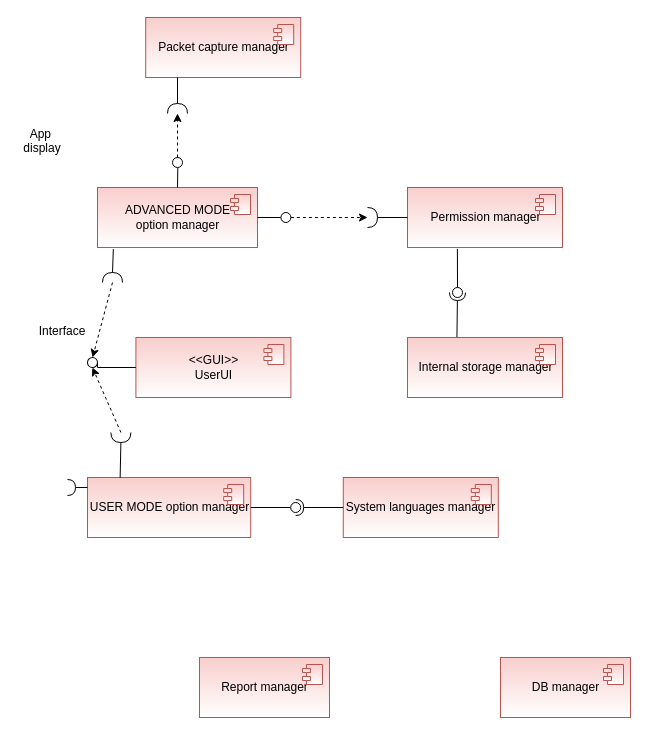
Earlier version of the draw.io diagram SAD/Diagrams/component_diagram.drawio (devmf027/CyberWall). Source tidied: cells renumbered, new cells numbered last; positions are measured from the earlier drawing's top-left corner, leaving out a move shared by most shapes. Both pictures are drawn from the tidied source at 100%, with x=0, y=0 at pixel (17, 17).
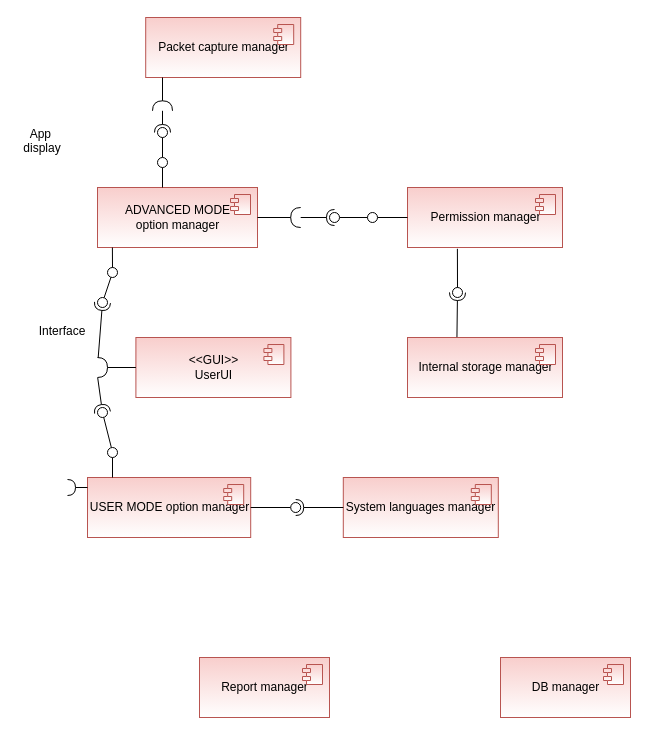
The same page after the edit.

The change refers to these unchanged cells:
```xml
<mxCell id="6" value="&lt;span&gt;USER MODE option manager&lt;/span&gt;" style="html=1;fillColor=#f8cecc;strokeColor=#b85450;gradientColor=#ffffff;" parent="1" vertex="1">
  <mxGeometry x="70" y="460" width="163.2" height="60" as="geometry" />
</mxCell>
<mxCell id="11" value="&lt;span&gt;ADVANCED MODE &lt;br&gt;option manager&lt;/span&gt;" style="html=1;fillColor=#f8cecc;strokeColor=#b85450;gradientColor=#ffffff;" parent="1" vertex="1">
  <mxGeometry x="80" y="170" width="160" height="60" as="geometry" />
</mxCell>
<mxCell id="13" value="&amp;lt;&amp;lt;GUI&amp;gt;&amp;gt;&lt;br&gt;UserUI" style="html=1;fillColor=#f8cecc;strokeColor=#b85450;gradientColor=#ffffff;" parent="1" vertex="1">
  <mxGeometry x="118.4" y="320" width="155" height="60" as="geometry" />
</mxCell>
<mxCell id="15" value="Permission manager" style="html=1;fillColor=#f8cecc;strokeColor=#b85450;gradientColor=#ffffff;" parent="1" vertex="1">
  <mxGeometry x="390" y="170" width="155" height="60" as="geometry" />
</mxCell>
```

Diff of the diagram source:
```diff
@@
-    <mxCell id="10" style="edgeStyle=orthogonalEdgeStyle;rounded=0;jettySize=auto;html=1;dashed=1;" parent="1" edge="1" source="38" target="36">
-      <mxGeometry relative="1" as="geometry" />
-    </mxCell>
@@
-    <mxCell id="26" style="edgeStyle=orthogonalEdgeStyle;rounded=0;jettySize=auto;html=1;endArrow=none;endFill=0;entryX=0;entryY=0.5;entryDx=0;entryDy=0;exitX=0;exitY=0.5;exitDx=0;exitDy=0;" parent="1" edge="1" source="13" target="27">
-      <mxGeometry relative="1" as="geometry" />
-    </mxCell>
-    <mxCell id="27" style="ellipse;whiteSpace=wrap;html=1;rotation=-179;direction=east;" parent="1" vertex="1">
-      <mxGeometry x="70" y="340" width="10" height="10" as="geometry" />
-    </mxCell>
@@
-    <mxCell id="29" style="endArrow=none;html=1;rounded=0;entryX=1;entryY=0.5;entryDx=0;entryDy=0;entryPerimeter=0;exitX=0.099;exitY=1.028;exitDx=0;exitDy=0;exitPerimeter=0;" parent="1" edge="1" source="11" target="30">
-      <mxGeometry relative="1" as="geometry" />
-    </mxCell>
-    <mxCell id="30" style="shape=requiredInterface;html=1;verticalLabelPosition=bottom;sketch=0;rotation=-270;direction=west;" parent="1" vertex="1">
-      <mxGeometry x="90" y="250" width="10" height="20" as="geometry" />
-    </mxCell>
-    <mxCell id="31" style="endArrow=classic;dashed=1;html=1;rounded=0;exitX=0;exitY=0.5;exitDx=0;exitDy=0;exitPerimeter=0;entryX=0.5;entryY=1;entryDx=0;entryDy=0;endFill=1;" parent="1" edge="1" source="30" target="27">
-      <mxGeometry relative="1" as="geometry" />
-    </mxCell>
-    <mxCell id="32" style="endArrow=none;html=1;rounded=0;entryX=1;entryY=0.5;entryDx=0;entryDy=0;entryPerimeter=0;exitX=0.2;exitY=0.004;exitDx=0;exitDy=0;exitPerimeter=0;" parent="1" edge="1" source="6" target="33">
-      <mxGeometry relative="1" as="geometry" />
-    </mxCell>
-    <mxCell id="33" style="shape=requiredInterface;html=1;verticalLabelPosition=bottom;sketch=0;rotation=-270;direction=east;" parent="1" vertex="1">
-      <mxGeometry x="98.4" y="410" width="10" height="20" as="geometry" />
-    </mxCell>
-    <mxCell id="34" style="endArrow=classic;html=1;rounded=0;exitX=0;exitY=0.5;exitDx=0;exitDy=0;exitPerimeter=0;entryX=0.5;entryY=0;entryDx=0;entryDy=0;dashed=1;" parent="1" edge="1" source="33" target="27">
-      <mxGeometry relative="1" as="geometry" />
-    </mxCell>
-    <mxCell id="35" style="endArrow=none;html=1;rounded=0;entryX=1;entryY=0.5;entryDx=0;entryDy=0;entryPerimeter=0;exitX=0;exitY=0.5;exitDx=0;exitDy=0;" parent="1" edge="1" source="15" target="36">
-      <mxGeometry relative="1" as="geometry" />
-    </mxCell>
-    <mxCell id="36" style="shape=requiredInterface;html=1;verticalLabelPosition=bottom;sketch=0;rotation=-180;direction=west;" parent="1" vertex="1">
-      <mxGeometry x="350" y="190" width="10" height="20" as="geometry" />
-    </mxCell>
-    <mxCell id="37" style="rounded=0;jettySize=auto;html=1;endArrow=none;endFill=0;sketch=0;sourcePerimeterSpacing=0;targetPerimeterSpacing=0;exitX=1;exitY=0.5;exitDx=0;exitDy=0;" parent="1" edge="1" source="11" target="38">
-      <mxGeometry relative="1" as="geometry" />
-    </mxCell>
-    <mxCell id="38" style="ellipse;whiteSpace=wrap;html=1;align=center;points=[];outlineConnect=0;sketch=0;" parent="1" vertex="1">
-      <mxGeometry x="263.4" y="195" width="10" height="10" as="geometry" />
-    </mxCell>
@@
-    <mxCell id="42" style="endArrow=none;html=1;rounded=0;entryX=1;entryY=0.5;entryDx=0;entryDy=0;entryPerimeter=0;" parent="1" edge="1" target="43">
-      <mxGeometry relative="1" as="geometry">
-        <mxPoint x="160" y="60" as="sourcePoint" />
-      </mxGeometry>
-    </mxCell>
-    <mxCell id="43" style="shape=requiredInterface;html=1;verticalLabelPosition=bottom;sketch=0;rotation=90;direction=west;" parent="1" vertex="1">
-      <mxGeometry x="155" y="81" width="10" height="20" as="geometry" />
-    </mxCell>
-    <mxCell id="44" style="rounded=0;jettySize=auto;html=1;endArrow=none;endFill=0;sketch=0;sourcePerimeterSpacing=0;targetPerimeterSpacing=0;exitX=0.5;exitY=0;exitDx=0;exitDy=0;" parent="1" edge="1" source="11">
-      <mxGeometry relative="1" as="geometry">
-        <mxPoint x="160.3" y="150" as="targetPoint" />
-      </mxGeometry>
-    </mxCell>
-    <mxCell id="45" style="ellipse;whiteSpace=wrap;html=1;align=center;points=[];outlineConnect=0;sketch=0;" parent="1" vertex="1">
-      <mxGeometry x="155" y="140" width="10" height="10" as="geometry" />
-    </mxCell>
-    <mxCell id="46" style="endArrow=classic;html=1;rounded=0;entryX=0;entryY=0.5;entryDx=0;entryDy=0;entryPerimeter=0;dashed=1;" parent="1" edge="1" source="45" target="43">
-      <mxGeometry relative="1" as="geometry" />
-    </mxCell>
+    <mxCell id="47" style="endArrow=none;html=1;rounded=0;entryX=1;entryY=0.5;entryDx=0;entryDy=0;entryPerimeter=0;exitX=0;exitY=0.5;exitDx=0;exitDy=0;" parent="1" edge="1" source="13" target="48">
+      <mxGeometry relative="1" as="geometry" />
+    </mxCell>
+    <mxCell id="48" style="shape=requiredInterface;html=1;verticalLabelPosition=bottom;sketch=0;rotation=-180;direction=west;" parent="1" vertex="1">
+      <mxGeometry x="80" y="340" width="10" height="20" as="geometry" />
+    </mxCell>
+    <mxCell id="49" style="endArrow=none;html=1;rounded=0;entryX=1;entryY=0.5;entryDx=0;entryDy=0;entryPerimeter=0;" parent="1" edge="1" target="50">
+      <mxGeometry relative="1" as="geometry">
+        <mxPoint x="145" y="60" as="sourcePoint" />
+      </mxGeometry>
+    </mxCell>
+    <mxCell id="50" style="shape=requiredInterface;html=1;verticalLabelPosition=bottom;sketch=0;rotation=-270;direction=west;" parent="1" vertex="1">
+      <mxGeometry x="140" y="78.3" width="10" height="20" as="geometry" />
+    </mxCell>
+    <mxCell id="51" style="rounded=0;jettySize=auto;html=1;endArrow=none;endFill=0;sketch=0;sourcePerimeterSpacing=0;targetPerimeterSpacing=0;" parent="1" edge="1" target="53">
+      <mxGeometry relative="1" as="geometry">
+        <mxPoint x="145" y="140" as="sourcePoint" />
+      </mxGeometry>
+    </mxCell>
+    <mxCell id="52" style="rounded=0;jettySize=auto;html=1;endArrow=halfCircle;endFill=0;entryX=0.5;entryY=0.5;endSize=6;strokeWidth=1;sketch=0;exitX=0;exitY=0.5;exitDx=0;exitDy=0;exitPerimeter=0;" parent="1" edge="1" source="50" target="53">
+      <mxGeometry relative="1" as="geometry" />
+    </mxCell>
+    <mxCell id="53" style="ellipse;whiteSpace=wrap;html=1;align=center;points=[];outlineConnect=0;sketch=0;" parent="1" vertex="1">
+      <mxGeometry x="140" y="110" width="10" height="10" as="geometry" />
+    </mxCell>
+    <mxCell id="54" style="rounded=0;jettySize=auto;html=1;endArrow=none;endFill=0;sketch=0;sourcePerimeterSpacing=0;targetPerimeterSpacing=0;" parent="1" edge="1" target="55">
+      <mxGeometry relative="1" as="geometry">
+        <mxPoint x="145" y="170" as="sourcePoint" />
+      </mxGeometry>
+    </mxCell>
+    <mxCell id="55" style="ellipse;whiteSpace=wrap;html=1;align=center;points=[];outlineConnect=0;sketch=0;" parent="1" vertex="1">
+      <mxGeometry x="140" y="140" width="10" height="10" as="geometry" />
+    </mxCell>
+    <mxCell id="56" style="ellipse;whiteSpace=wrap;html=1;align=center;points=[];outlineConnect=0;sketch=0;" parent="1" vertex="1">
+      <mxGeometry x="90" y="250" width="10" height="10" as="geometry" />
+    </mxCell>
+    <mxCell id="57" style="rounded=0;jettySize=auto;html=1;endArrow=none;endFill=0;sketch=0;sourcePerimeterSpacing=0;exitX=0.322;exitY=1.005;exitDx=0;exitDy=0;exitPerimeter=0;" parent="1" edge="1" target="56">
+      <mxGeometry relative="1" as="geometry">
+        <mxPoint x="94.9" y="230" as="sourcePoint" />
+      </mxGeometry>
+    </mxCell>
+    <mxCell id="58" style="rounded=0;jettySize=auto;html=1;endArrow=none;endFill=0;sketch=0;sourcePerimeterSpacing=0;targetPerimeterSpacing=0;" parent="1" edge="1" source="56" target="60">
+      <mxGeometry relative="1" as="geometry" />
+    </mxCell>
+    <mxCell id="59" style="rounded=0;jettySize=auto;html=1;endArrow=halfCircle;endFill=0;entryX=0.5;entryY=0.5;endSize=6;strokeWidth=1;sketch=0;exitX=0.07;exitY=0.007;exitDx=0;exitDy=0;exitPerimeter=0;" parent="1" edge="1" source="48" target="60">
+      <mxGeometry relative="1" as="geometry" />
+    </mxCell>
+    <mxCell id="60" style="ellipse;whiteSpace=wrap;html=1;align=center;points=[];outlineConnect=0;sketch=0;" parent="1" vertex="1">
+      <mxGeometry x="80" y="280" width="10" height="10" as="geometry" />
+    </mxCell>
+    <mxCell id="61" style="rounded=0;jettySize=auto;html=1;endArrow=none;endFill=0;sketch=0;sourcePerimeterSpacing=0;targetPerimeterSpacing=0;" parent="1" edge="1" source="65" target="63">
+      <mxGeometry relative="1" as="geometry" />
+    </mxCell>
+    <mxCell id="62" style="rounded=0;jettySize=auto;html=1;endArrow=halfCircle;endFill=0;entryX=0.5;entryY=0.5;endSize=6;strokeWidth=1;sketch=0;exitX=0.02;exitY=1.012;exitDx=0;exitDy=0;exitPerimeter=0;" parent="1" edge="1" source="48" target="63">
+      <mxGeometry relative="1" as="geometry" />
+    </mxCell>
+    <mxCell id="63" style="ellipse;whiteSpace=wrap;html=1;align=center;points=[];outlineConnect=0;sketch=0;" parent="1" vertex="1">
+      <mxGeometry x="80" y="390" width="10" height="10" as="geometry" />
+    </mxCell>
+    <mxCell id="64" style="rounded=0;jettySize=auto;html=1;endArrow=none;endFill=0;sketch=0;sourcePerimeterSpacing=0;targetPerimeterSpacing=0;" parent="1" edge="1" target="65">
+      <mxGeometry relative="1" as="geometry">
+        <mxPoint x="95" y="460" as="sourcePoint" />
+      </mxGeometry>
+    </mxCell>
+    <mxCell id="65" style="ellipse;whiteSpace=wrap;html=1;align=center;points=[];outlineConnect=0;sketch=0;" parent="1" vertex="1">
+      <mxGeometry x="90" y="430" width="10" height="10" as="geometry" />
+    </mxCell>
+    <mxCell id="66" style="endArrow=none;html=1;rounded=0;entryX=1;entryY=0.5;entryDx=0;entryDy=0;entryPerimeter=0;exitX=1;exitY=0.5;exitDx=0;exitDy=0;" parent="1" edge="1" source="11" target="68">
+      <mxGeometry relative="1" as="geometry" />
+    </mxCell>
+    <mxCell id="67" style="edgeStyle=orthogonalEdgeStyle;rounded=0;orthogonalLoop=1;jettySize=auto;html=1;endArrow=diamond;endFill=1;" parent="1" edge="1">
+      <mxGeometry relative="1" as="geometry">
+        <mxPoint x="283" y="200" as="sourcePoint" />
+        <mxPoint x="283.1" y="200" as="targetPoint" />
+      </mxGeometry>
+    </mxCell>
+    <mxCell id="68" style="shape=requiredInterface;html=1;verticalLabelPosition=bottom;sketch=0;rotation=0;direction=west;" parent="1" vertex="1">
+      <mxGeometry x="273.2" y="190" width="10" height="20" as="geometry" />
+    </mxCell>
+    <mxCell id="69" style="rounded=0;jettySize=auto;html=1;endArrow=none;endFill=0;sketch=0;sourcePerimeterSpacing=0;targetPerimeterSpacing=0;exitX=0;exitY=0.5;exitDx=0;exitDy=0;exitPerimeter=0;" parent="1" edge="1" target="71">
+      <mxGeometry relative="1" as="geometry">
+        <mxPoint x="351.6" y="200" as="sourcePoint" />
+      </mxGeometry>
+    </mxCell>
+    <mxCell id="70" style="rounded=0;jettySize=auto;html=1;endArrow=halfCircle;endFill=0;entryX=0.5;entryY=0.5;endSize=6;strokeWidth=1;sketch=0;exitX=0;exitY=0.5;exitDx=0;exitDy=0;exitPerimeter=0;" parent="1" edge="1" source="68" target="71">
+      <mxGeometry relative="1" as="geometry" />
+    </mxCell>
+    <mxCell id="71" style="ellipse;whiteSpace=wrap;html=1;align=center;points=[];outlineConnect=0;sketch=0;" parent="1" vertex="1">
+      <mxGeometry x="312" y="195" width="10" height="10" as="geometry" />
+    </mxCell>
+    <mxCell id="72" style="rounded=0;jettySize=auto;html=1;endArrow=none;endFill=0;sketch=0;sourcePerimeterSpacing=0;targetPerimeterSpacing=0;exitX=0;exitY=0.5;exitDx=0;exitDy=0;" parent="1" edge="1" source="15" target="73">
+      <mxGeometry relative="1" as="geometry" />
+    </mxCell>
+    <mxCell id="73" style="ellipse;whiteSpace=wrap;html=1;align=center;points=[];outlineConnect=0;sketch=0;" parent="1" vertex="1">
+      <mxGeometry x="350" y="195" width="10" height="10" as="geometry" />
+    </mxCell>
```
